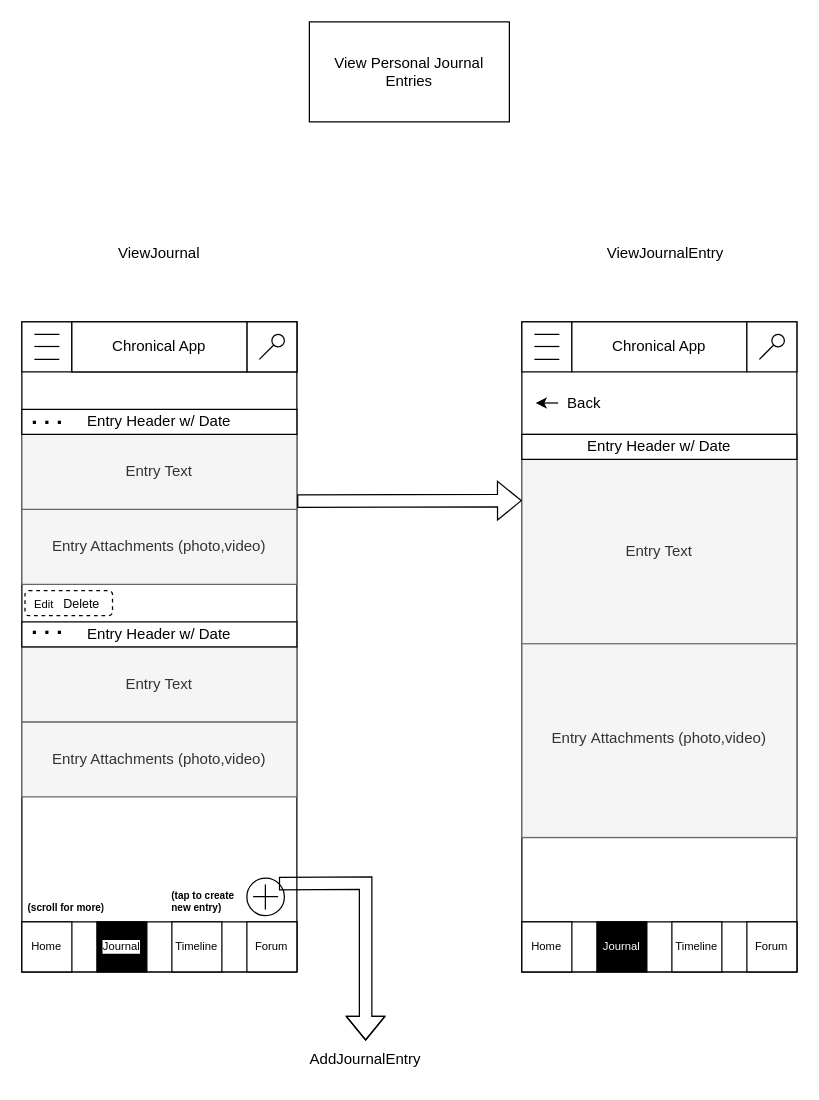
Vaibhav-G-Parmar/Chronicle-Your-Ultimate-Travel-Companion keeps this draw.io diagram as page "ViewJournal" (6 of 17) of Chronicle_Initial_App_Wireframe_Designs.drawio. Above is the earlier version. Source tidied: cells renumbered, new cells numbered last; positions are measured from the earlier drawing's top-left corner, leaving out a move shared by most shapes. Both pictures are drawn from the tidied source at 125%, with x=0, y=0 at pixel (21, 21).
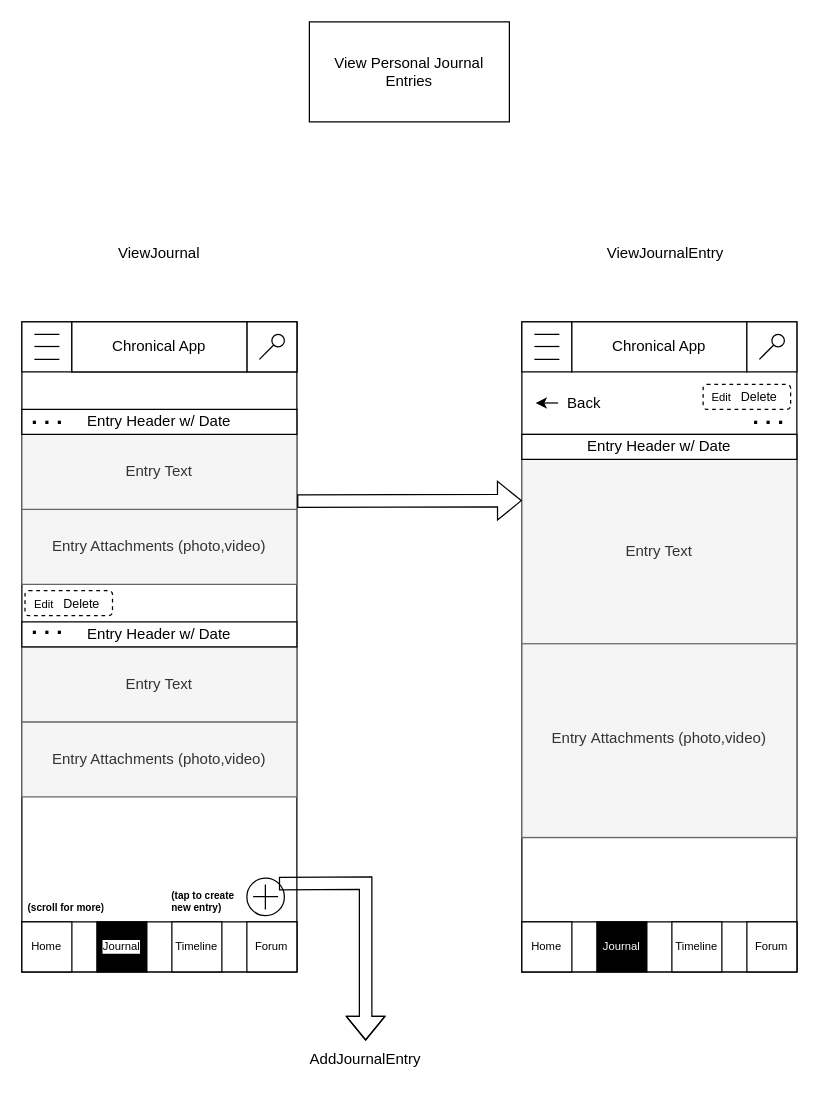
The same page after the edit.

What changed in the source:
```diff
@@
+    <mxCell id="59" style="rounded=1;whiteSpace=wrap;html=1;dashed=1;" parent="1" vertex="1">
+      <mxGeometry x="545" y="290" width="70" height="20" as="geometry" />
+    </mxCell>
+    <mxCell id="60" value="&lt;font style=&quot;font-size: 9px;&quot;&gt;Edit&lt;/font&gt;" style="text;html=1;strokeColor=none;fillColor=none;align=center;verticalAlign=middle;whiteSpace=wrap;rounded=0;" parent="1" vertex="1">
+      <mxGeometry x="545" y="295" width="30" height="10" as="geometry" />
+    </mxCell>
+    <mxCell id="61" value="&lt;font style=&quot;font-size: 10px;&quot;&gt;Delete&lt;/font&gt;" style="text;html=1;strokeColor=none;fillColor=none;align=center;verticalAlign=middle;whiteSpace=wrap;rounded=0;" parent="1" vertex="1">
+      <mxGeometry x="575" y="295" width="30" height="10" as="geometry" />
+    </mxCell>
+    <mxCell id="62" value="&lt;b&gt;&lt;font style=&quot;font-size: 18px;&quot;&gt;. . .&lt;/font&gt;&lt;/b&gt;" style="text;html=1;strokeColor=none;fillColor=none;align=center;verticalAlign=middle;whiteSpace=wrap;rounded=0;" parent="1" vertex="1">
+      <mxGeometry x="580" y="312.5" width="35" height="7.5" as="geometry" />
+    </mxCell>
```
